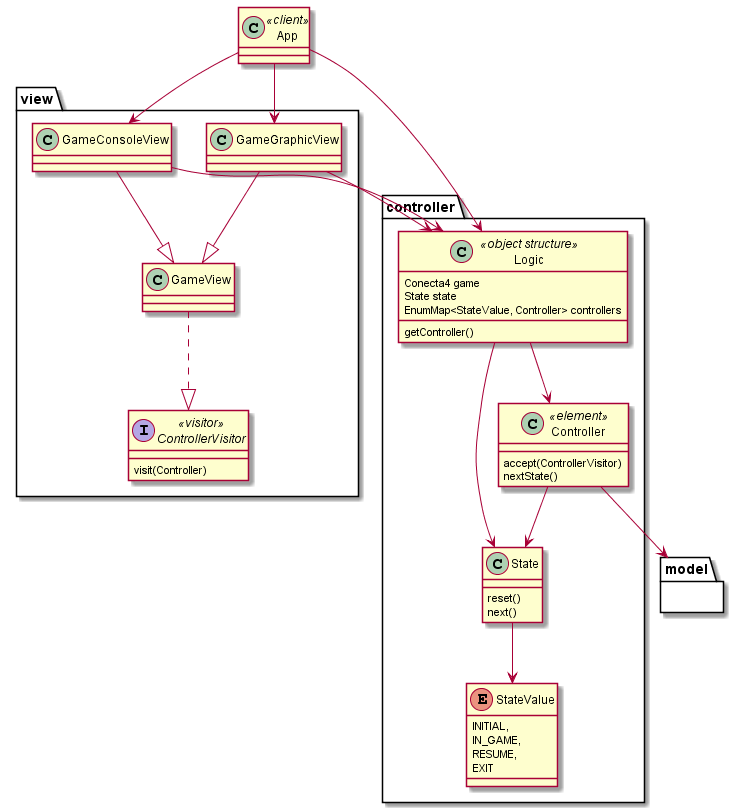
Earlier version of the PlantUML export conecta4-mvc-ioc/doc/ioc.png (arturisimo/conecta4).
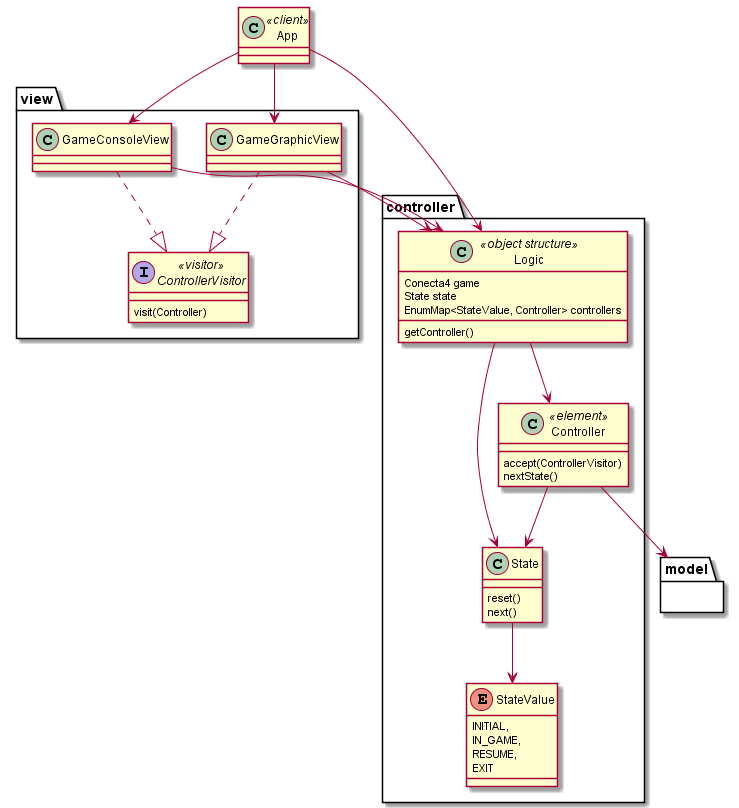
After the change.

The edit, as a diff of the source:
```diff
@@ -12,9 +12,8 @@
 	App -down-> GameGraphicView
 	App -down-> GameConsoleView
 
-	GameGraphicView --|> GameView
-	GameConsoleView --|> GameView
-	GameView ..|> ControllerVisitor
+	GameGraphicView ..|> ControllerVisitor
+	GameConsoleView ..|> ControllerVisitor
 
 	interface ControllerVisitor << visitor >> {
 		visit(Controller)
```
